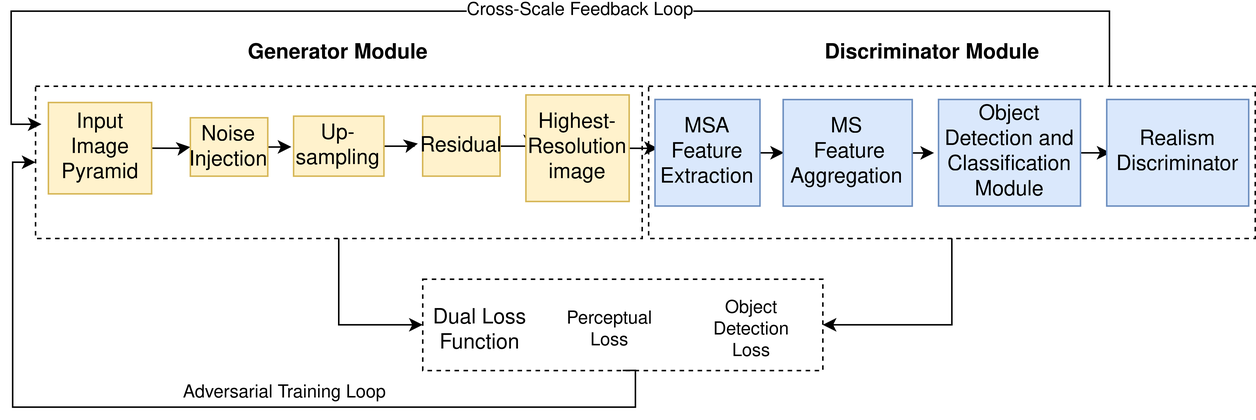
Faryalaurooj/Super-Resolution-using-Single-Image-GAN keeps this draw.io diagram as Structure.png. Above is the earlier version. Source tidied: cells renumbered, new cells last; positions are measured from the earlier drawing's top-left corner, leaving out a move shared by most shapes.
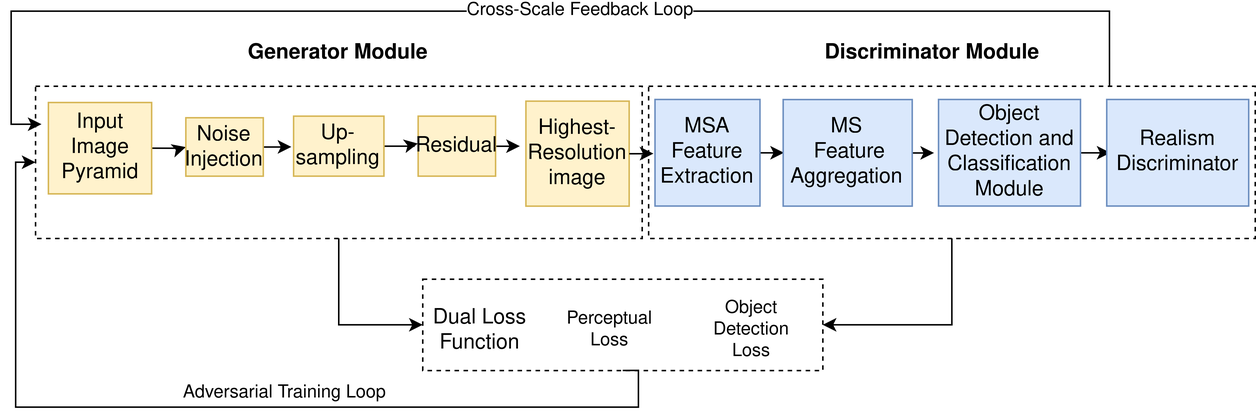
Later version of the same file.

Diff of the diagram source:
```diff
@@ -20,7 +20,7 @@
       </mxGeometry>
     </mxCell>
     <mxCell id="7" value="&lt;font style=&quot;font-size: 14px;&quot;&gt;Noise Injection&lt;/font&gt;" style="text;html=1;align=center;verticalAlign=middle;whiteSpace=wrap;rounded=0;strokeColor=#d6b656;fillColor=#fff2cc;" parent="3" vertex="1">
-      <mxGeometry x="120.4" y="71" width="51.6" height="39" as="geometry" />
+      <mxGeometry x="117.4" y="71" width="51.6" height="39" as="geometry" />
     </mxCell>
     <mxCell id="8" style="edgeStyle=orthogonalEdgeStyle;rounded=0;jettySize=auto;html=1;" parent="3" edge="1" source="9">
       <mxGeometry relative="1" as="geometry">
@@ -30,102 +30,102 @@
     <mxCell id="9" value="&lt;font style=&quot;font-size: 14px;&quot;&gt;Up-sampling&lt;/font&gt;" style="text;html=1;align=center;verticalAlign=middle;whiteSpace=wrap;rounded=0;strokeColor=#d6b656;fillColor=#fff2cc;" parent="3" vertex="1">
       <mxGeometry x="189.2" y="70" width="60.2" height="40" as="geometry" />
     </mxCell>
-    <mxCell id="10" style="edgeStyle=orthogonalEdgeStyle;rounded=0;jettySize=auto;html=1;" parent="3" edge="1" source="11" target="13">
-      <mxGeometry relative="1" as="geometry" />
+    <mxCell id="10" style="edgeStyle=orthogonalEdgeStyle;rounded=0;jettySize=auto;html=1;exitX=1;exitY=0.5;exitDx=0;exitDy=0;" parent="3" edge="1" source="11">
+      <mxGeometry relative="1" as="geometry">
+        <mxPoint x="340" y="90" as="targetPoint" />
+      </mxGeometry>
     </mxCell>
     <mxCell id="11" value="&lt;font style=&quot;font-size: 14px;&quot;&gt;Residual&lt;/font&gt;" style="text;html=1;align=center;verticalAlign=middle;whiteSpace=wrap;rounded=0;strokeColor=#d6b656;fillColor=#fff2cc;" parent="3" vertex="1">
-      <mxGeometry x="275.2" y="70" width="51.6" height="40" as="geometry" />
+      <mxGeometry x="272.2" y="70" width="51.6" height="40" as="geometry" />
     </mxCell>
-    <mxCell id="12" style="edgeStyle=orthogonalEdgeStyle;rounded=0;jettySize=auto;html=1;exitX=1;exitY=0.5;exitDx=0;exitDy=0;" parent="3" edge="1" source="13">
-      <mxGeometry relative="1" as="geometry">
-        <mxPoint x="432" y="91" as="targetPoint" />
-      </mxGeometry>
+    <mxCell id="12" value="&lt;font style=&quot;font-size: 14px;&quot;&gt;Highest-Resolution image&lt;/font&gt;" style="text;html=1;align=center;verticalAlign=middle;whiteSpace=wrap;rounded=0;strokeColor=#d6b656;fillColor=#fff2cc;" parent="3" vertex="1">
+      <mxGeometry x="344" y="60" width="68.8" height="70" as="geometry" />
     </mxCell>
-    <mxCell id="13" value="&lt;font style=&quot;font-size: 14px;&quot;&gt;Highest-Resolution image&lt;/font&gt;" style="text;html=1;align=center;verticalAlign=middle;whiteSpace=wrap;rounded=0;strokeColor=#d6b656;fillColor=#fff2cc;" parent="3" vertex="1">
-      <mxGeometry x="344" y="55.8" width="68.8" height="71.1" as="geometry" />
+    <mxCell id="13" style="edgeStyle=orthogonalEdgeStyle;rounded=0;jettySize=auto;html=1;exitX=1;exitY=0.5;exitDx=0;exitDy=0;" parent="3" edge="1" source="14">
+      <mxGeometry relative="1" as="geometry">
+        <mxPoint x="516" y="94" as="targetPoint" />
+      </mxGeometry>
     </mxCell>
-    <mxCell id="14" style="edgeStyle=orthogonalEdgeStyle;rounded=0;jettySize=auto;html=1;exitX=1;exitY=0.5;exitDx=0;exitDy=0;" parent="3" edge="1" source="15">
-      <mxGeometry relative="1" as="geometry">
-        <mxPoint x="516" y="94" as="targetPoint" />
-      </mxGeometry>
+    <mxCell id="14" value="&lt;font style=&quot;font-size: 14px;&quot;&gt;MSA Feature Extraction&lt;br&gt;&lt;/font&gt;" style="text;html=1;align=center;verticalAlign=middle;whiteSpace=wrap;rounded=0;strokeColor=#6c8ebf;fillColor=#dae8fc;" parent="3" vertex="1">
+      <mxGeometry x="430.1" y="58.9" width="70" height="71" as="geometry" />
     </mxCell>
-    <mxCell id="15" value="&lt;font style=&quot;font-size: 14px;&quot;&gt;MSA Feature Extraction&lt;br&gt;&lt;/font&gt;" style="text;html=1;align=center;verticalAlign=middle;whiteSpace=wrap;rounded=0;strokeColor=#6c8ebf;fillColor=#dae8fc;" parent="3" vertex="1">
-      <mxGeometry x="430.1" y="58.9" width="70" height="71" as="geometry" />
+    <mxCell id="15" style="edgeStyle=orthogonalEdgeStyle;rounded=0;jettySize=auto;html=1;exitX=1;exitY=0.5;exitDx=0;exitDy=0;" parent="3" edge="1" source="16">
+      <mxGeometry relative="1" as="geometry">
+        <mxPoint x="616" y="94" as="targetPoint" />
+      </mxGeometry>
     </mxCell>
-    <mxCell id="16" style="edgeStyle=orthogonalEdgeStyle;rounded=0;jettySize=auto;html=1;exitX=1;exitY=0.5;exitDx=0;exitDy=0;" parent="3" edge="1" source="17">
-      <mxGeometry relative="1" as="geometry">
-        <mxPoint x="616" y="94" as="targetPoint" />
-      </mxGeometry>
+    <mxCell id="16" value="&lt;div&gt;&lt;font style=&quot;font-size: 14px;&quot;&gt;&lt;br&gt;&lt;/font&gt;&lt;/div&gt;&lt;div&gt;&lt;font style=&quot;font-size: 14px;&quot;&gt;&lt;br&gt;&lt;/font&gt;&lt;/div&gt;&lt;div&gt;&lt;font style=&quot;font-size: 14px;&quot;&gt;MS&lt;/font&gt;&lt;/div&gt;&lt;div&gt;&lt;font style=&quot;font-size: 14px;&quot;&gt;&amp;nbsp;Feature Aggregation&lt;/font&gt;&lt;/div&gt;&lt;div&gt;&lt;font style=&quot;font-size: 14px;&quot;&gt;&lt;br&gt;&lt;/font&gt;&lt;/div&gt;&lt;div&gt;&lt;font style=&quot;font-size: 14px;&quot;&gt;&lt;br&gt; &lt;/font&gt;&lt;/div&gt;" style="text;html=1;align=center;verticalAlign=middle;whiteSpace=wrap;rounded=0;strokeColor=#6c8ebf;fillColor=#dae8fc;" parent="3" vertex="1">
+      <mxGeometry x="515.5" y="59" width="86" height="71" as="geometry" />
     </mxCell>
-    <mxCell id="17" value="&lt;div&gt;&lt;font style=&quot;font-size: 14px;&quot;&gt;&lt;br&gt;&lt;/font&gt;&lt;/div&gt;&lt;div&gt;&lt;font style=&quot;font-size: 14px;&quot;&gt;&lt;br&gt;&lt;/font&gt;&lt;/div&gt;&lt;div&gt;&lt;font style=&quot;font-size: 14px;&quot;&gt;MS&lt;/font&gt;&lt;/div&gt;&lt;div&gt;&lt;font style=&quot;font-size: 14px;&quot;&gt;&amp;nbsp;Feature Aggregation&lt;/font&gt;&lt;/div&gt;&lt;div&gt;&lt;font style=&quot;font-size: 14px;&quot;&gt;&lt;br&gt;&lt;/font&gt;&lt;/div&gt;&lt;div&gt;&lt;font style=&quot;font-size: 14px;&quot;&gt;&lt;br&gt; &lt;/font&gt;&lt;/div&gt;" style="text;html=1;align=center;verticalAlign=middle;whiteSpace=wrap;rounded=0;strokeColor=#6c8ebf;fillColor=#dae8fc;" parent="3" vertex="1">
-      <mxGeometry x="515.5" y="59" width="86" height="71" as="geometry" />
+    <mxCell id="17" style="edgeStyle=orthogonalEdgeStyle;rounded=0;jettySize=auto;html=1;exitX=1;exitY=0.5;exitDx=0;exitDy=0;" parent="3" edge="1" source="18" target="19">
+      <mxGeometry relative="1" as="geometry" />
     </mxCell>
-    <mxCell id="18" style="edgeStyle=orthogonalEdgeStyle;rounded=0;jettySize=auto;html=1;exitX=1;exitY=0.5;exitDx=0;exitDy=0;" parent="3" edge="1" source="19" target="20">
-      <mxGeometry relative="1" as="geometry" />
+    <mxCell id="18" value="&lt;font style=&quot;font-size: 14px;&quot;&gt;Object Detection and Classification Module&lt;/font&gt;" style="text;html=1;align=center;verticalAlign=middle;whiteSpace=wrap;rounded=0;fillColor=#dae8fc;strokeColor=#6c8ebf;" parent="3" vertex="1">
+      <mxGeometry x="619" y="58.9" width="94.6" height="71.1" as="geometry" />
     </mxCell>
-    <mxCell id="19" value="&lt;font style=&quot;font-size: 14px;&quot;&gt;Object Detection and Classification Module&lt;/font&gt;" style="text;html=1;align=center;verticalAlign=middle;whiteSpace=wrap;rounded=0;fillColor=#dae8fc;strokeColor=#6c8ebf;" parent="3" vertex="1">
-      <mxGeometry x="619" y="58.9" width="94.6" height="71.1" as="geometry" />
+    <mxCell id="19" value="&lt;font style=&quot;font-size: 14px;&quot;&gt;Realism Discriminator&lt;/font&gt;" style="text;html=1;align=center;verticalAlign=middle;whiteSpace=wrap;rounded=0;fillColor=#dae8fc;strokeColor=#6c8ebf;" parent="3" vertex="1">
+      <mxGeometry x="731.1" y="58.9" width="94.6" height="71.1" as="geometry" />
     </mxCell>
-    <mxCell id="20" value="&lt;font style=&quot;font-size: 14px;&quot;&gt;Realism Discriminator&lt;/font&gt;" style="text;html=1;align=center;verticalAlign=middle;whiteSpace=wrap;rounded=0;fillColor=#dae8fc;strokeColor=#6c8ebf;" parent="3" vertex="1">
-      <mxGeometry x="731.1" y="58.9" width="94.6" height="71.1" as="geometry" />
+    <mxCell id="20" style="group;" parent="3" vertex="1">
+      <mxGeometry x="275.2" y="182.7" width="275.2" height="60.9" as="geometry" />
     </mxCell>
-    <mxCell id="21" style="group;" parent="3" vertex="1">
-      <mxGeometry x="275.2" y="182.7" width="275.2" height="60.9" as="geometry" />
+    <mxCell id="21" value="&lt;font style=&quot;font-size: 14px;&quot;&gt;Dual Loss Function&lt;/font&gt;" style="text;html=1;align=center;verticalAlign=middle;whiteSpace=wrap;rounded=0;" parent="20" vertex="1">
+      <mxGeometry width="77.4" height="60.9" as="geometry" />
     </mxCell>
-    <mxCell id="22" value="&lt;font style=&quot;font-size: 14px;&quot;&gt;Dual Loss Function&lt;/font&gt;" style="text;html=1;align=center;verticalAlign=middle;whiteSpace=wrap;rounded=0;" parent="21" vertex="1">
-      <mxGeometry width="77.4" height="60.9" as="geometry" />
+    <mxCell id="22" value="Perceptual Loss" style="text;html=1;align=center;verticalAlign=middle;whiteSpace=wrap;rounded=0;" parent="20" vertex="1">
+      <mxGeometry x="98.9" y="15.2" width="51.6" height="30.5" as="geometry" />
     </mxCell>
-    <mxCell id="23" value="Perceptual Loss" style="text;html=1;align=center;verticalAlign=middle;whiteSpace=wrap;rounded=0;" parent="21" vertex="1">
-      <mxGeometry x="98.9" y="15.2" width="51.6" height="30.5" as="geometry" />
+    <mxCell id="23" value="Object Detection Loss" style="text;html=1;align=center;verticalAlign=middle;whiteSpace=wrap;rounded=0;" parent="20" vertex="1">
+      <mxGeometry x="184.9" y="10.2" width="68.8" height="40.6" as="geometry" />
     </mxCell>
-    <mxCell id="24" value="Object Detection Loss" style="text;html=1;align=center;verticalAlign=middle;whiteSpace=wrap;rounded=0;" parent="21" vertex="1">
-      <mxGeometry x="184.9" y="10.2" width="68.8" height="40.6" as="geometry" />
+    <mxCell id="24" value="&lt;b&gt;&lt;font style=&quot;font-size: 14px;&quot;&gt;Generator Module&lt;/font&gt;&lt;/b&gt;" style="text;html=1;align=center;verticalAlign=middle;whiteSpace=wrap;rounded=0;" parent="3" vertex="1">
+      <mxGeometry x="146.2" y="13.2" width="146.2" height="30.5" as="geometry" />
     </mxCell>
-    <mxCell id="25" value="&lt;b&gt;&lt;font style=&quot;font-size: 14px;&quot;&gt;Generator Module&lt;/font&gt;&lt;/b&gt;" style="text;html=1;align=center;verticalAlign=middle;whiteSpace=wrap;rounded=0;" parent="3" vertex="1">
-      <mxGeometry x="146.2" y="13.2" width="146.2" height="30.5" as="geometry" />
+    <mxCell id="25" value="&lt;b&gt;&lt;font style=&quot;font-size: 14px;&quot;&gt;Discriminator Module&lt;/font&gt;&lt;/b&gt;" style="text;html=1;align=center;verticalAlign=middle;whiteSpace=wrap;rounded=0;" parent="3" vertex="1">
+      <mxGeometry x="541.9" y="13.2" width="146.2" height="30.5" as="geometry" />
     </mxCell>
-    <mxCell id="26" value="&lt;b&gt;&lt;font style=&quot;font-size: 14px;&quot;&gt;Discriminator Module&lt;/font&gt;&lt;/b&gt;" style="text;html=1;align=center;verticalAlign=middle;whiteSpace=wrap;rounded=0;" parent="3" vertex="1">
-      <mxGeometry x="541.9" y="13.2" width="146.2" height="30.5" as="geometry" />
+    <mxCell id="26" value="Adversarial Training Loop" style="text;html=1;align=center;verticalAlign=middle;strokeColor=none;fillColor=none;" parent="3" vertex="1">
+      <mxGeometry x="103.2" y="239.5" width="160" height="30" as="geometry" />
     </mxCell>
-    <mxCell id="27" value="Adversarial Training Loop" style="text;html=1;align=center;verticalAlign=middle;points=[];strokeColor=none;fillColor=none;" parent="3" vertex="1">
-      <mxGeometry x="103.2" y="239.5" width="160" height="30" as="geometry" />
+    <mxCell id="27" style="rounded=0;whiteSpace=wrap;html=1;fillColor=none;dashed=1;" parent="3" vertex="1">
+      <mxGeometry x="275.2" y="178.6" width="266.6" height="60.9" as="geometry" />
     </mxCell>
-    <mxCell id="28" style="rounded=0;whiteSpace=wrap;html=1;fillColor=none;dashed=1;" parent="3" vertex="1">
-      <mxGeometry x="17.2" y="50" width="404.2" height="101.5" as="geometry" />
+    <mxCell id="28" style="edgeStyle=orthogonalEdgeStyle;rounded=0;orthogonalLoop=1;jettySize=auto;html=1;exitX=0.75;exitY=0;exitDx=0;exitDy=0;entryX=0;entryY=0.25;entryDx=0;entryDy=0;" parent="3" edge="1">
+      <mxGeometry relative="1" as="geometry">
+        <mxPoint x="732.9" y="50" as="sourcePoint" />
+        <mxPoint x="21.2" y="75.4" as="targetPoint" />
+        <Array as="points">
+          <mxPoint x="733" />
+          <mxPoint x="1" />
+          <mxPoint x="1" y="75" />
+        </Array>
+      </mxGeometry>
     </mxCell>
-    <mxCell id="29" style="rounded=0;whiteSpace=wrap;html=1;fillColor=none;dashed=1;" parent="3" vertex="1">
-      <mxGeometry x="275.2" y="178.6" width="266.6" height="60.9" as="geometry" />
+    <mxCell id="29" value="&lt;font style=&quot;font-size: 12px;&quot;&gt;Cross-Scale Feedback Loop&lt;/font&gt;" style="edgeLabel;html=1;align=center;verticalAlign=middle;points=[];" parent="28" vertex="1">
+      <mxGeometry x="-0.08" y="-1" relative="1" as="geometry" />
     </mxCell>
-    <mxCell id="30" style="edgeStyle=orthogonalEdgeStyle;rounded=0;jettySize=auto;html=1;exitX=0.5;exitY=1;exitDx=0;exitDy=0;entryX=0;entryY=0.5;entryDx=0;entryDy=0;" parent="3" edge="1" source="29" target="28">
-      <mxGeometry relative="1" as="geometry">
-        <Array as="points">
-          <mxPoint x="417" y="264" />
-          <mxPoint x="2" y="264" />
-          <mxPoint x="2" y="101" />
-        </Array>
-      </mxGeometry>
+    <mxCell id="30" style="rounded=0;whiteSpace=wrap;html=1;fillColor=none;dashed=1;" parent="3" vertex="1">
+      <mxGeometry x="425.8" y="50" width="404.2" height="101.5" as="geometry" />
     </mxCell>
-    <mxCell id="31" style="edgeStyle=orthogonalEdgeStyle;rounded=0;jettySize=auto;html=1;entryX=0;entryY=0.5;entryDx=0;entryDy=0;" parent="3" edge="1" source="28" target="29">
+    <mxCell id="31" style="edgeStyle=orthogonalEdgeStyle;rounded=0;jettySize=auto;html=1;exitX=0.5;exitY=1;exitDx=0;exitDy=0;entryX=1;entryY=0.5;entryDx=0;entryDy=0;" parent="3" edge="1" source="30" target="27">
       <mxGeometry relative="1" as="geometry" />
     </mxCell>
-    <mxCell id="32" style="edgeStyle=orthogonalEdgeStyle;rounded=0;orthogonalLoop=1;jettySize=auto;html=1;exitX=0.75;exitY=0;exitDx=0;exitDy=0;entryX=0;entryY=0.25;entryDx=0;entryDy=0;" parent="3" edge="1">
-      <mxGeometry relative="1" as="geometry">
-        <mxPoint x="732.9" y="50" as="sourcePoint" />
-        <mxPoint x="21.2" y="75.4" as="targetPoint" />
-        <Array as="points">
-          <mxPoint x="733" />
-          <mxPoint x="1" />
-          <mxPoint x="1" y="75" />
-        </Array>
-      </mxGeometry>
+    <mxCell id="32" style="edgeStyle=orthogonalEdgeStyle;rounded=0;jettySize=auto;html=1;exitX=1;exitY=0.5;exitDx=0;exitDy=0;entryX=0.008;entryY=0.443;entryDx=0;entryDy=0;entryPerimeter=0;" parent="3" edge="1" source="12" target="30">
+      <mxGeometry relative="1" as="geometry" />
     </mxCell>
-    <mxCell id="33" value="&lt;font style=&quot;font-size: 12px;&quot;&gt;Cross-Scale Feedback Loop&lt;/font&gt;" style="edgeLabel;html=1;align=center;verticalAlign=middle;points=[];" parent="32" vertex="1">
-      <mxGeometry x="-0.08" y="-1" relative="1" as="geometry" />
+    <mxCell id="33" style="rounded=0;whiteSpace=wrap;html=1;fillColor=none;dashed=1;" parent="3" vertex="1">
+      <mxGeometry x="17.2" y="50" width="404.2" height="101.5" as="geometry" />
     </mxCell>
-    <mxCell id="34" style="rounded=0;whiteSpace=wrap;html=1;fillColor=none;dashed=1;" parent="3" vertex="1">
-      <mxGeometry x="425.8" y="50" width="404.2" height="101.5" as="geometry" />
+    <mxCell id="34" style="edgeStyle=orthogonalEdgeStyle;rounded=0;jettySize=auto;html=1;exitX=0.5;exitY=1;exitDx=0;exitDy=0;entryX=0;entryY=0.5;entryDx=0;entryDy=0;" parent="3" edge="1" source="27" target="33">
+      <mxGeometry relative="1" as="geometry">
+        <Array as="points">
+          <mxPoint x="419" y="264" />
+          <mxPoint x="4" y="264" />
+          <mxPoint x="4" y="101" />
+        </Array>
+      </mxGeometry>
     </mxCell>
-    <mxCell id="35" style="edgeStyle=orthogonalEdgeStyle;rounded=0;jettySize=auto;html=1;exitX=0.5;exitY=1;exitDx=0;exitDy=0;entryX=1;entryY=0.5;entryDx=0;entryDy=0;" parent="3" edge="1" source="34" target="29">
+    <mxCell id="35" style="edgeStyle=orthogonalEdgeStyle;rounded=0;jettySize=auto;html=1;entryX=0;entryY=0.5;entryDx=0;entryDy=0;" parent="3" edge="1" source="33" target="27">
       <mxGeometry relative="1" as="geometry" />
     </mxCell>
   </root>
```
